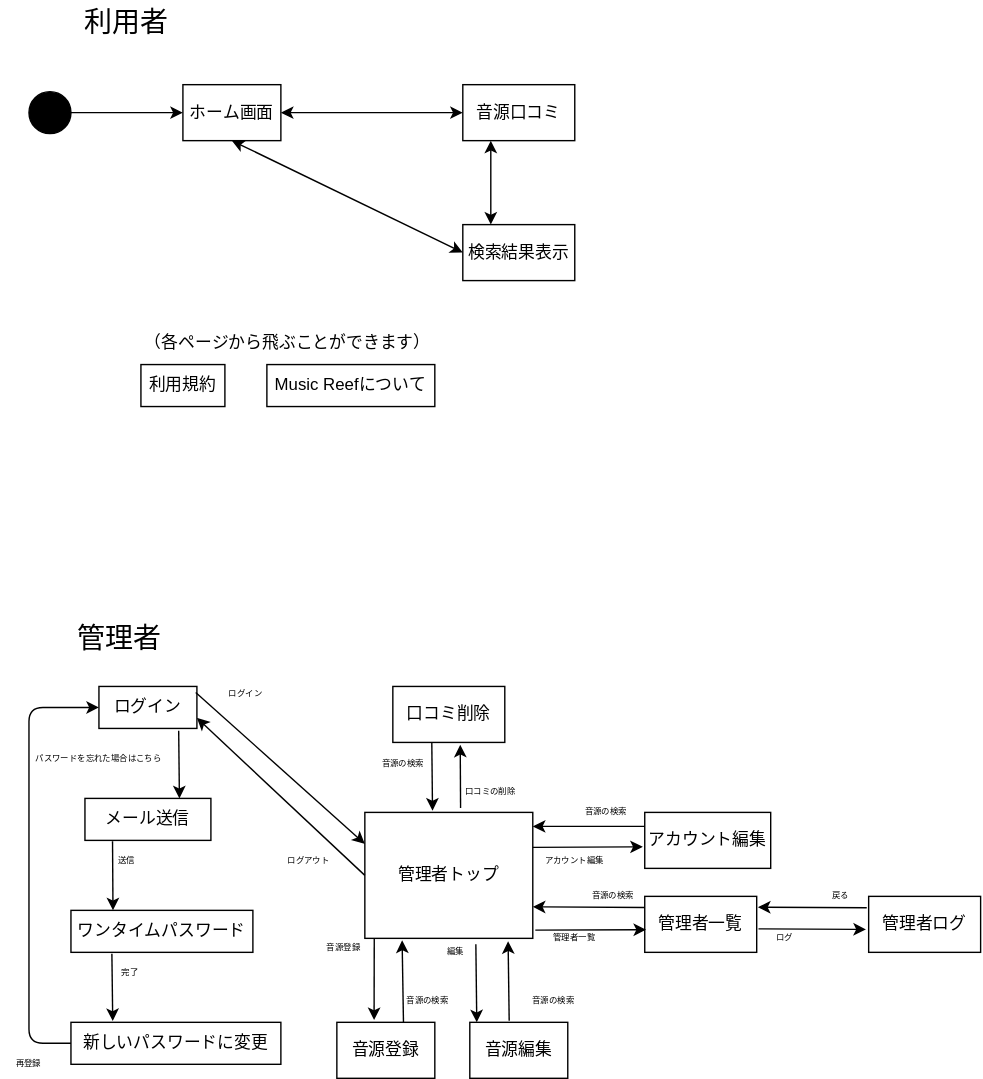
IshiYoshi765/uml-introduction keeps this draw.io diagram as ab.drawio.svg. Above is the earlier version. Source tidied: cells renumbered, new cells last; positions are measured from the earlier drawing's top-left corner, leaving out a move shared by most shapes.
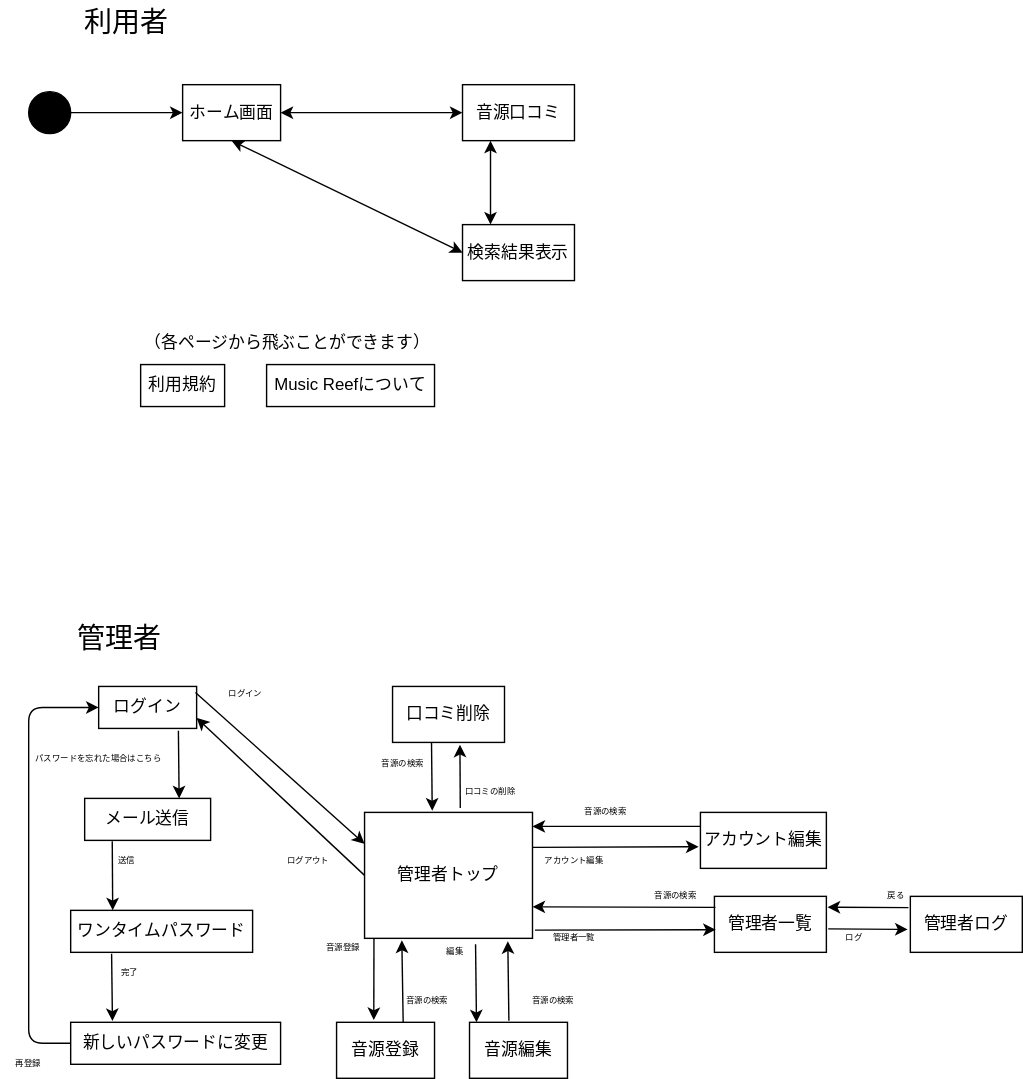
Above is the later version.

Commit message:
アカウント編集

Change to the diagram source:
```diff
@@ -53,13 +53,13 @@
       <mxGeometry x="280" y="490" width="80" height="40" as="geometry" />
     </mxCell>
     <mxCell id="18" value="アカウント編集" style="rounded=0;whiteSpace=wrap;html=1;" parent="1" vertex="1">
-      <mxGeometry x="460" y="580" width="90" height="40" as="geometry" />
+      <mxGeometry x="500" y="580" width="90" height="40" as="geometry" />
     </mxCell>
     <mxCell id="19" value="管理者一覧" style="rounded=0;whiteSpace=wrap;html=1;" parent="1" vertex="1">
-      <mxGeometry x="460" y="640" width="80" height="40" as="geometry" />
+      <mxGeometry x="510" y="640" width="80" height="40" as="geometry" />
     </mxCell>
     <mxCell id="20" value="管理者ログ" style="rounded=0;whiteSpace=wrap;html=1;" parent="1" vertex="1">
-      <mxGeometry x="620" y="640" width="80" height="40" as="geometry" />
+      <mxGeometry x="650" y="640" width="80" height="40" as="geometry" />
     </mxCell>
     <mxCell id="21" value="音源編集" style="rounded=0;whiteSpace=wrap;html=1;" parent="1" vertex="1">
       <mxGeometry x="335" y="730" width="70" height="40" as="geometry" />
@@ -145,10 +145,8 @@
         <mxPoint x="380" y="590" as="targetPoint" />
       </mxGeometry>
     </mxCell>
-    <mxCell id="46" style="endArrow=classic;html=1;fontSize=6;entryX=1;entryY=0.75;entryDx=0;entryDy=0;" parent="1" edge="1" target="15">
-      <mxGeometry relative="1" as="geometry">
-        <mxPoint x="460" y="648" as="sourcePoint" />
-      </mxGeometry>
+    <mxCell id="46" style="endArrow=classic;html=1;fontSize=6;entryX=1;entryY=0.75;entryDx=0;entryDy=0;exitX=0.009;exitY=0.197;exitDx=0;exitDy=0;exitPerimeter=0;" parent="1" edge="1" source="19" target="15">
+      <mxGeometry relative="1" as="geometry" />
     </mxCell>
     <mxCell id="47" style="endArrow=classic;html=1;fontSize=6;exitX=1.015;exitY=0.935;exitDx=0;exitDy=0;exitPerimeter=0;entryX=0.012;entryY=0.596;entryDx=0;entryDy=0;entryPerimeter=0;" parent="1" edge="1" source="15" target="19">
       <mxGeometry relative="1" as="geometry" />
@@ -184,16 +182,16 @@
       <mxGeometry x="405" y="570" width="55" height="20" as="geometry" />
     </mxCell>
     <mxCell id="58" value="音源の検索" style="text;html=1;strokeColor=none;fillColor=none;align=center;verticalAlign=middle;whiteSpace=wrap;rounded=0;fontSize=6;" parent="1" vertex="1">
-      <mxGeometry x="410" y="630" width="55" height="20" as="geometry" />
+      <mxGeometry x="455" y="630" width="55" height="20" as="geometry" />
     </mxCell>
     <mxCell id="59" value="管理者一覧" style="text;html=1;strokeColor=none;fillColor=none;align=center;verticalAlign=middle;whiteSpace=wrap;rounded=0;fontSize=6;" parent="1" vertex="1">
       <mxGeometry x="380" y="660" width="60" height="20" as="geometry" />
     </mxCell>
     <mxCell id="60" value="ログ" style="text;html=1;strokeColor=none;fillColor=none;align=center;verticalAlign=middle;whiteSpace=wrap;rounded=0;fontSize=6;" parent="1" vertex="1">
-      <mxGeometry x="540" y="660" width="40" height="20" as="geometry" />
+      <mxGeometry x="590" y="660" width="40" height="20" as="geometry" />
     </mxCell>
     <mxCell id="61" value="戻る" style="text;html=1;strokeColor=none;fillColor=none;align=center;verticalAlign=middle;whiteSpace=wrap;rounded=0;fontSize=6;" parent="1" vertex="1">
-      <mxGeometry x="580" y="630" width="40" height="20" as="geometry" />
+      <mxGeometry x="620" y="630" width="40" height="20" as="geometry" />
     </mxCell>
   </root>
 </mxGraphModel>
```
